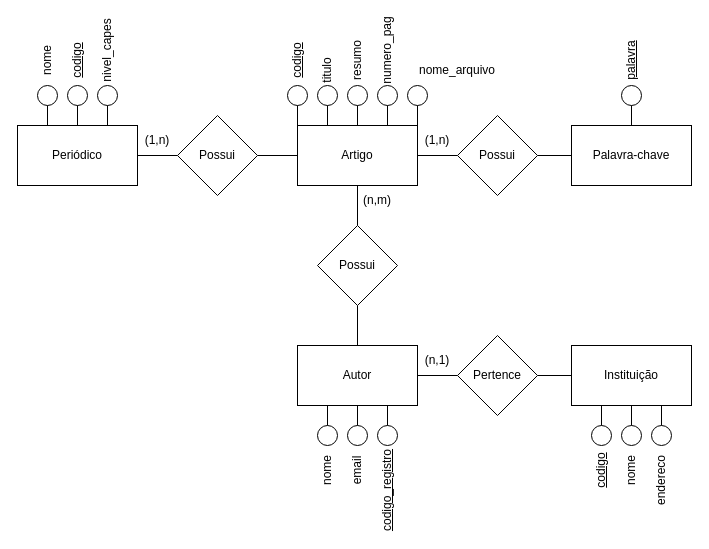
Before: Lista2_04-04/Ex4.drawio in andreeeeeeeee/Engenharia_Software, a draw.io diagram. Source tidied: cells renumbered, new cells numbered last; positions are measured from the earlier drawing's top-left corner, leaving out a move shared by most shapes. Both pictures are drawn from the tidied source at 100%, with x=0, y=0 at pixel (17, 35).
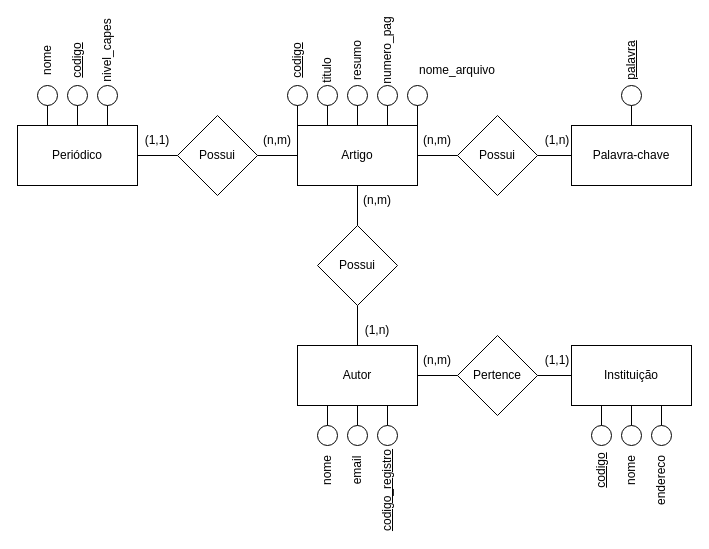
After the change.

Change to the diagram source:
```diff
@@
-    <mxCell id="64" value="(1,n)" style="text;html=1;strokeColor=none;fillColor=none;align=center;verticalAlign=middle;whiteSpace=wrap;rounded=0;" parent="1" vertex="1">
+    <mxCell id="64" value="(1,1)" style="text;html=1;strokeColor=none;fillColor=none;align=center;verticalAlign=middle;whiteSpace=wrap;rounded=0;" parent="1" vertex="1">
       <mxGeometry x="110" y="90" width="60" height="30" as="geometry" />
     </mxCell>
-    <mxCell id="65" value="(1,n)" style="text;html=1;strokeColor=none;fillColor=none;align=center;verticalAlign=middle;whiteSpace=wrap;rounded=0;" parent="1" vertex="1">
+    <mxCell id="65" value="(n,m)" style="text;html=1;strokeColor=none;fillColor=none;align=center;verticalAlign=middle;whiteSpace=wrap;rounded=0;" parent="1" vertex="1">
       <mxGeometry x="390" y="90" width="60" height="30" as="geometry" />
     </mxCell>
@@
-    <mxCell id="67" value="(n,1)" style="text;html=1;strokeColor=none;fillColor=none;align=center;verticalAlign=middle;whiteSpace=wrap;rounded=0;" parent="1" vertex="1">
+    <mxCell id="67" value="(n,m)" style="text;html=1;strokeColor=none;fillColor=none;align=center;verticalAlign=middle;whiteSpace=wrap;rounded=0;" parent="1" vertex="1">
       <mxGeometry x="390" y="310" width="60" height="30" as="geometry" />
     </mxCell>
+    <mxCell id="68" value="(n,m)" style="text;html=1;strokeColor=none;fillColor=none;align=center;verticalAlign=middle;whiteSpace=wrap;rounded=0;" parent="1" vertex="1">
+      <mxGeometry x="230" y="90" width="60" height="30" as="geometry" />
+    </mxCell>
+    <mxCell id="69" value="(1,n)" style="text;html=1;strokeColor=none;fillColor=none;align=center;verticalAlign=middle;whiteSpace=wrap;rounded=0;" parent="1" vertex="1">
+      <mxGeometry x="510" y="90" width="60" height="30" as="geometry" />
+    </mxCell>
+    <mxCell id="70" value="(1,n)" style="text;html=1;strokeColor=none;fillColor=none;align=center;verticalAlign=middle;whiteSpace=wrap;rounded=0;" parent="1" vertex="1">
+      <mxGeometry x="330" y="280" width="60" height="30" as="geometry" />
+    </mxCell>
+    <mxCell id="71" value="(1,1)" style="text;html=1;strokeColor=none;fillColor=none;align=center;verticalAlign=middle;whiteSpace=wrap;rounded=0;" parent="1" vertex="1">
+      <mxGeometry x="510" y="310" width="60" height="30" as="geometry" />
+    </mxCell>
```
